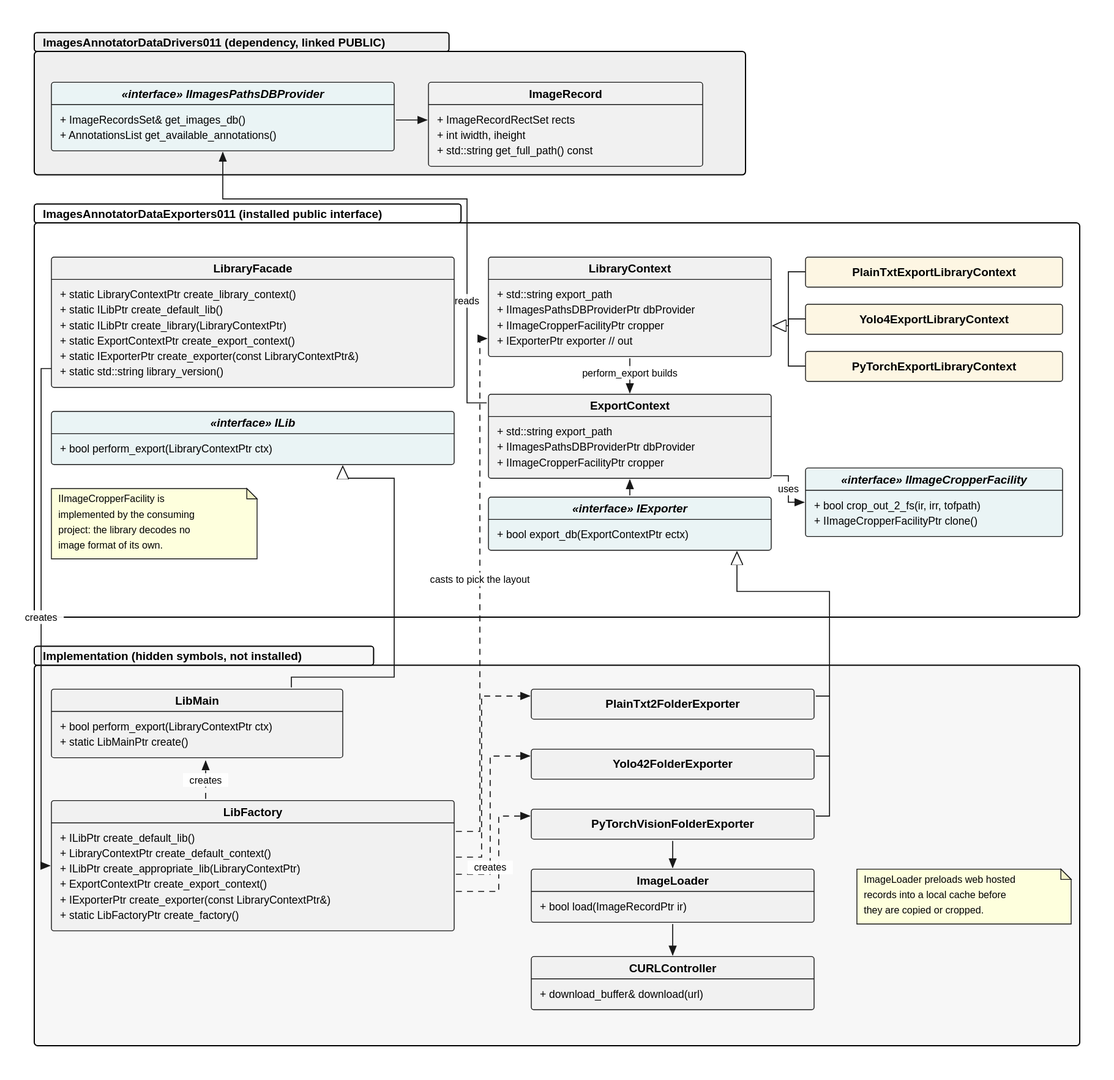
The PlantUML diagram doc/diagrams/images/lib-class-structure.svg in yuriysydor1991/ImagesAnnotator-DataExporters, before a commit. Its source is kept beside it as doc/diagrams/plantuml/lib-class-structure.puml.
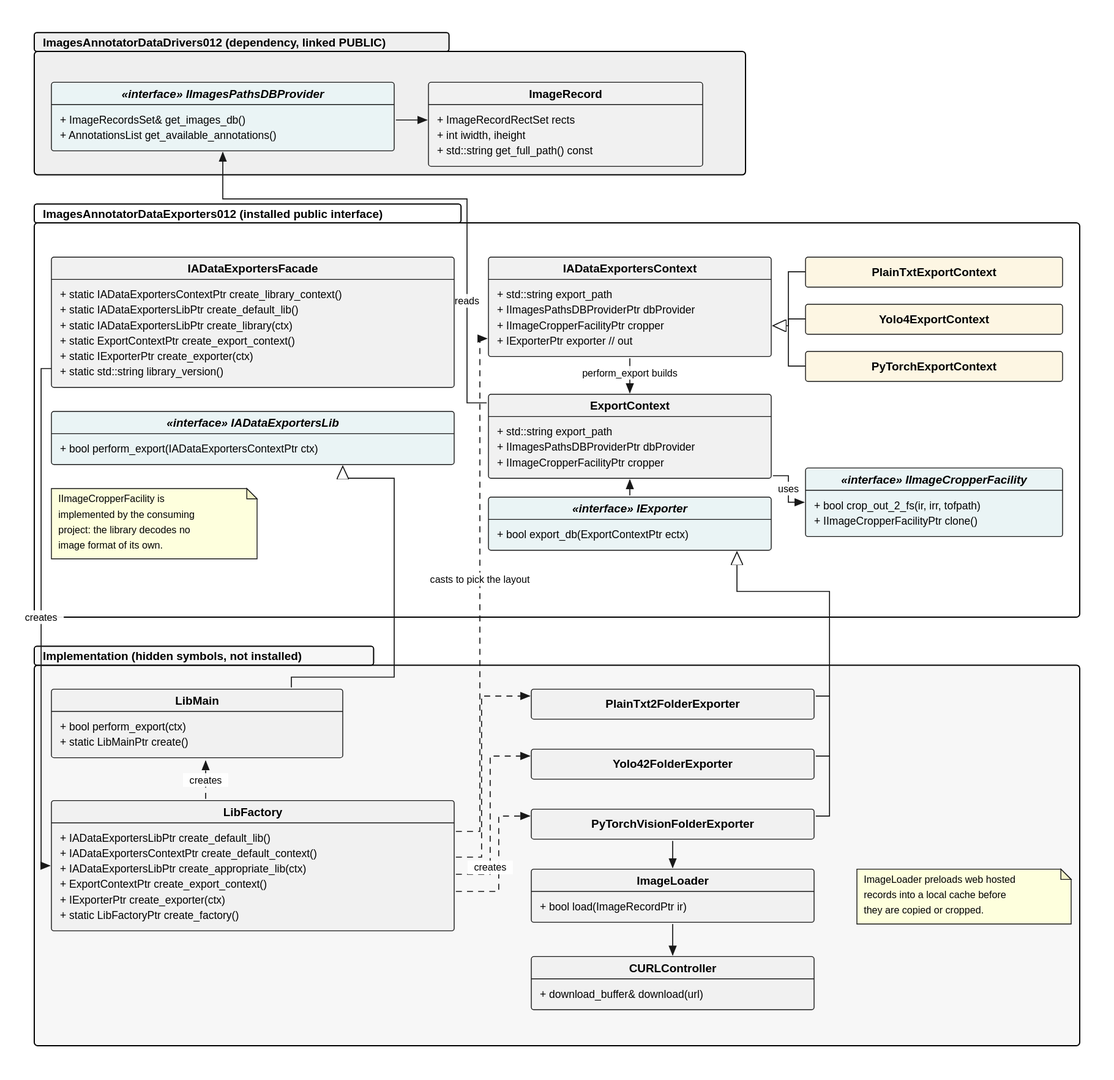
After the commit.

What changed in the source:
```diff
@@ -1,6 +1,6 @@
 @startuml
 
-package "ImagesAnnotatorDataDrivers011 (dependency)" #EEEEEE {
+package "ImagesAnnotatorDataDrivers012 (dependency)" #EEEEEE {
   abstract class "IImagesPathsDBProvider" as IProvider {
     +{abstract} ImageRecordsSet& get_images_db()
     +{abstract} AnnotationsList get_available_annotations()
@@ -14,9 +14,9 @@
   }
 }
 
-package "ImagesAnnotatorDataExporters011 (installed interface)" {
+package "ImagesAnnotatorDataExporters012 (installed interface)" {
   abstract class IExporter {
-    +{abstract} bool export_db(LibraryContextPtr ectx)
+    +{abstract} bool export_db(IADataExportersContextPtr ectx)
   }
 
   abstract class IImageCropperFacility {
@@ -24,7 +24,7 @@
     +{abstract} IImageCropperFacilityPtr clone()
   }
 
-  class LibraryContext {
+  class IADataExportersContext {
     -std::string export_path
     -IImagesPathsDBProviderPtr dbProvider
     -IExporterPtr exporter
@@ -36,61 +36,61 @@
     +void set_exporter(const IExporterPtr&)
   }
 
-  class PlainTxtExportLibraryContext
-  class Yolo4ExportLibraryContext
-  class UltralyticsDetectExportLibraryContext
-  class UltralyticsObbExportLibraryContext
-  class UltralyticsSegmentExportLibraryContext
-  class CocoExportLibraryContext
-  class PascalVocExportLibraryContext
-  class CreateMLExportLibraryContext
+  class PlainTxtExportContext
+  class Yolo4ExportContext
+  class UltralyticsDetectExportContext
+  class UltralyticsObbExportContext
+  class UltralyticsSegmentExportContext
+  class CocoExportContext
+  class PascalVocExportContext
+  class CreateMLExportContext
 
-  class PyTorchExportLibraryContext {
+  class PyTorchExportContext {
     -IImageCropperFacilityPtr cropper
     +const IImageCropperFacilityPtr& get_cropper()
     +void set_cropper(const IImageCropperFacilityPtr&)
   }
 
-  abstract class ILib {
-    +{abstract} bool perform_export(LibraryContextPtr ctx)
+  abstract class IADataExportersLib {
+    +{abstract} bool perform_export(IADataExportersContextPtr ctx)
   }
 
-  class LibraryFacade {
-    +{static} PlainTxtExportLibraryContextPtr create_plain_txt_library_context()
-    +{static} Yolo4ExportLibraryContextPtr create_yolo4_library_context()
-    +{static} UltralyticsDetectExportLibraryContextPtr create_ultralytics_detect_library_context()
-    +{static} UltralyticsObbExportLibraryContextPtr create_ultralytics_obb_library_context()
-    +{static} UltralyticsSegmentExportLibraryContextPtr create_ultralytics_segment_library_context()
-    +{static} CocoExportLibraryContextPtr create_coco_library_context()
-    +{static} PascalVocExportLibraryContextPtr create_pascal_voc_library_context()
-    +{static} CreateMLExportLibraryContextPtr create_createml_library_context()
-    +{static} PyTorchExportLibraryContextPtr create_pytorch_library_context()
-    +{static} ILibPtr create_default_lib()
-    +{static} ILibPtr create_library(LibraryContextPtr ctx)
-    +{static} IExporterPtr create_exporter(const LibraryContextPtr& ctx)
+  class IADataExportersFacade {
+    +{static} PlainTxtExportContextPtr create_plain_txt_library_context()
+    +{static} Yolo4ExportContextPtr create_yolo4_library_context()
+    +{static} UltralyticsDetectExportContextPtr create_ultralytics_detect_library_context()
+    +{static} UltralyticsObbExportContextPtr create_ultralytics_obb_library_context()
+    +{static} UltralyticsSegmentExportContextPtr create_ultralytics_segment_library_context()
+    +{static} CocoExportContextPtr create_coco_library_context()
+    +{static} PascalVocExportContextPtr create_pascal_voc_library_context()
+    +{static} CreateMLExportContextPtr create_createml_library_context()
+    +{static} PyTorchExportContextPtr create_pytorch_library_context()
+    +{static} IADataExportersLibPtr create_default_lib()
+    +{static} IADataExportersLibPtr create_library(IADataExportersContextPtr ctx)
+    +{static} IExporterPtr create_exporter(const IADataExportersContextPtr& ctx)
     +{static} std::string library_version()
   }
 }
 
 package "Implementation (hidden symbols)" #F8F8F8 {
   class LibMain {
-    +bool perform_export(LibraryContextPtr ctx)
+    +bool perform_export(IADataExportersContextPtr ctx)
     +{static} LibMainPtr create()
   }
 
   class LibFactory {
-    +ILibPtr create_default_lib()
-    +PlainTxtExportLibraryContextPtr create_plain_txt_library_context()
-    +Yolo4ExportLibraryContextPtr create_yolo4_library_context()
-    +UltralyticsDetectExportLibraryContextPtr create_ultralytics_detect_library_context()
-    +UltralyticsObbExportLibraryContextPtr create_ultralytics_obb_library_context()
-    +UltralyticsSegmentExportLibraryContextPtr create_ultralytics_segment_library_context()
-    +CocoExportLibraryContextPtr create_coco_library_context()
-    +PascalVocExportLibraryContextPtr create_pascal_voc_library_context()
-    +CreateMLExportLibraryContextPtr create_createml_library_context()
-    +PyTorchExportLibraryContextPtr create_pytorch_library_context()
-    +ILibPtr create_appropriate_lib(LibraryContextPtr ctx)
-    +IExporterPtr create_exporter(const LibraryContextPtr& ctx)
+    +IADataExportersLibPtr create_default_lib()
+    +PlainTxtExportContextPtr create_plain_txt_library_context()
+    +Yolo4ExportContextPtr create_yolo4_library_context()
+    +UltralyticsDetectExportContextPtr create_ultralytics_detect_library_context()
+    +UltralyticsObbExportContextPtr create_ultralytics_obb_library_context()
+    +UltralyticsSegmentExportContextPtr create_ultralytics_segment_library_context()
+    +CocoExportContextPtr create_coco_library_context()
+    +PascalVocExportContextPtr create_pascal_voc_library_context()
+    +CreateMLExportContextPtr create_createml_library_context()
+    +PyTorchExportContextPtr create_pytorch_library_context()
+    +IADataExportersLibPtr create_appropriate_lib(IADataExportersContextPtr ctx)
+    +IExporterPtr create_exporter(const IADataExportersContextPtr& ctx)
     +{static} LibFactoryPtr create_factory()
   }
 
@@ -98,7 +98,7 @@
   class Yolo42FolderExporter
 
   abstract class Ultralytics2FolderExporter {
-    +bool export_db(LibraryContextPtr ectx)
+    +bool export_db(IADataExportersContextPtr ectx)
     #{abstract} void express_rectangle_data(std::fstream&, const IndexType&, const NormalizedRect&)
     #{static} void express_corners(std::fstream&, const IndexType&, const NormalizedRect&)
   }
@@ -108,15 +108,15 @@
   class UltralyticsSegment2FolderExporter
 
   class Coco2FolderExporter {
-    +bool export_db(LibraryContextPtr ectx)
+    +bool export_db(IADataExportersContextPtr ectx)
   }
 
   class PascalVoc2FolderExporter {
-    +bool export_db(LibraryContextPtr ectx)
+    +bool export_db(IADataExportersContextPtr ectx)
   }
 
   class CreateML2FolderExporter {
-    +bool export_db(LibraryContextPtr ectx)
+    +bool export_db(IADataExportersContextPtr ectx)
   }
 
   class PyTorchVisionFolderExporter
@@ -134,7 +134,7 @@
   of its own.
 end note
 
-note bottom of LibraryFacade
+note bottom of IADataExportersFacade
   The only entry point a consuming
   project needs. Everything else stays
   behind these abstract interfaces.
@@ -174,7 +174,7 @@
   they are copied or cropped.
 end note
 
-ILib <|-- LibMain
+IADataExportersLib <|-- LibMain
 IExporter <|-- PlainTxt2FolderExporter
 IExporter <|-- Yolo42FolderExporter
 IExporter <|-- Ultralytics2FolderExporter
@@ -187,7 +187,7 @@
 Ultralytics2FolderExporter <|-- UltralyticsObb2FolderExporter
 Ultralytics2FolderExporter <|-- UltralyticsSegment2FolderExporter
 
-LibraryFacade --> LibFactory : creates
+IADataExportersFacade --> LibFactory : creates
 LibMain --> LibFactory : creates
 LibFactory ..> LibMain : creates
 LibFactory ..> PlainTxt2FolderExporter : creates
@@ -200,30 +200,30 @@
 LibFactory ..> CreateML2FolderExporter : creates
 LibFactory ..> PyTorchVisionFolderExporter : creates
 
-LibraryContext <|-- PlainTxtExportLibraryContext
-LibraryContext <|-- Yolo4ExportLibraryContext
-LibraryContext <|-- UltralyticsDetectExportLibraryContext
-LibraryContext <|-- UltralyticsObbExportLibraryContext
-LibraryContext <|-- UltralyticsSegmentExportLibraryContext
-LibraryContext <|-- CocoExportLibraryContext
-LibraryContext <|-- PascalVocExportLibraryContext
-LibraryContext <|-- CreateMLExportLibraryContext
-LibraryContext <|-- PyTorchExportLibraryContext
+IADataExportersContext <|-- PlainTxtExportContext
+IADataExportersContext <|-- Yolo4ExportContext
+IADataExportersContext <|-- UltralyticsDetectExportContext
+IADataExportersContext <|-- UltralyticsObbExportContext
+IADataExportersContext <|-- UltralyticsSegmentExportContext
+IADataExportersContext <|-- CocoExportContext
+IADataExportersContext <|-- PascalVocExportContext
+IADataExportersContext <|-- CreateMLExportContext
+IADataExportersContext <|-- PyTorchExportContext
 
-LibFactory ..> PlainTxtExportLibraryContext : creates and casts to pick
-LibFactory ..> Yolo4ExportLibraryContext : creates and casts to pick
-LibFactory ..> UltralyticsDetectExportLibraryContext : creates and casts to pick
-LibFactory ..> UltralyticsObbExportLibraryContext : creates and casts to pick
-LibFactory ..> UltralyticsSegmentExportLibraryContext : creates and casts to pick
-LibFactory ..> CocoExportLibraryContext : creates and casts to pick
-LibFactory ..> PascalVocExportLibraryContext : creates and casts to pick
-LibFactory ..> CreateMLExportLibraryContext : creates and casts to pick
-LibFactory ..> PyTorchExportLibraryContext : creates and casts to pick
-PyTorchVisionFolderExporter ..> PyTorchExportLibraryContext : casts for the cropper
+LibFactory ..> PlainTxtExportContext : creates and casts to pick
+LibFactory ..> Yolo4ExportContext : creates and casts to pick
+LibFactory ..> UltralyticsDetectExportContext : creates and casts to pick
+LibFactory ..> UltralyticsObbExportContext : creates and casts to pick
+LibFactory ..> UltralyticsSegmentExportContext : creates and casts to pick
+LibFactory ..> CocoExportContext : creates and casts to pick
+LibFactory ..> PascalVocExportContext : creates and casts to pick
+LibFactory ..> CreateMLExportContext : creates and casts to pick
+LibFactory ..> PyTorchExportContext : creates and casts to pick
+PyTorchVisionFolderExporter ..> PyTorchExportContext : casts for the cropper
 
-LibraryContext --> IProvider : reads
-PyTorchExportLibraryContext --> IImageCropperFacility : uses
-IExporter --> LibraryContext : driven with
+IADataExportersContext --> IProvider : reads
+PyTorchExportContext --> IImageCropperFacility : uses
+IExporter --> IADataExportersContext : driven with
 
 IProvider --> ImageRecord
 
```
